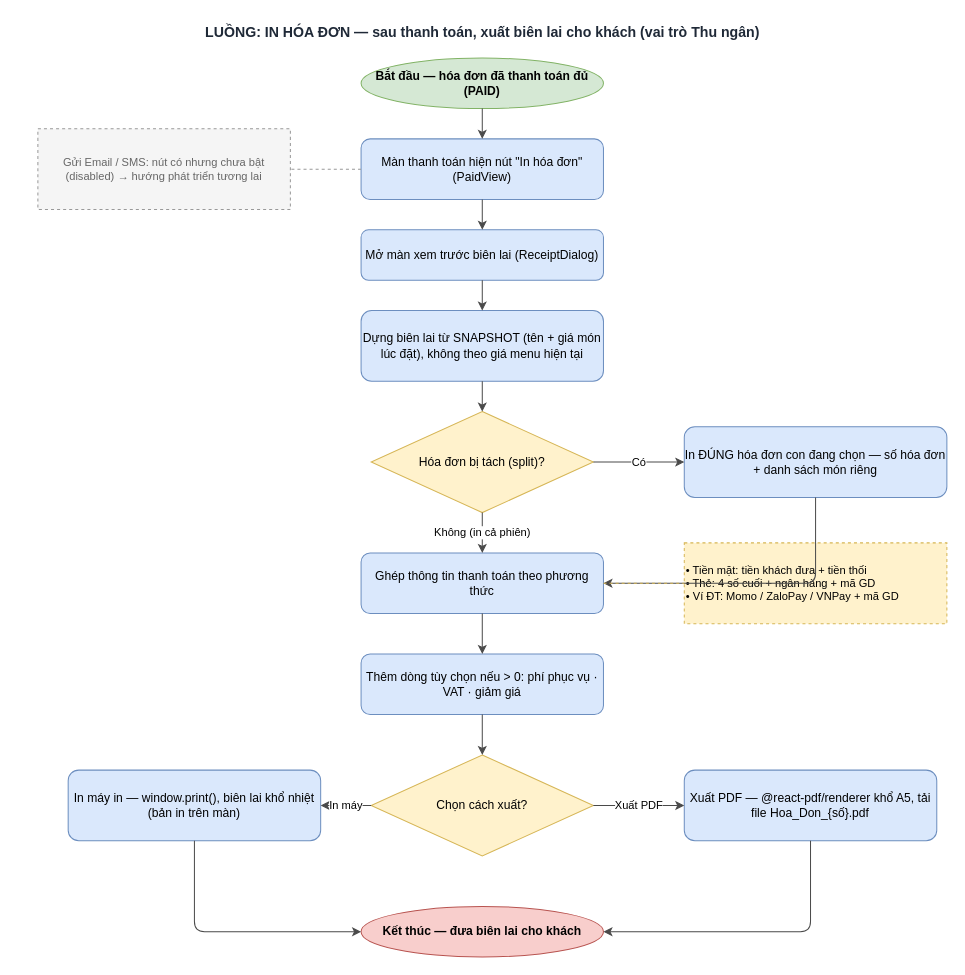
The draw.io diagram docs/diagrams/luong-in-hoa-don.drawio in thanhhoa3514/restaurant-management, before the edit. Source tidied: cells renumbered, new cells numbered last; positions are measured from the earlier drawing's top-left corner, leaving out a move shared by most shapes. Both pictures are drawn from the tidied source at 101%, with x=0, y=0 at pixel (17, 17).
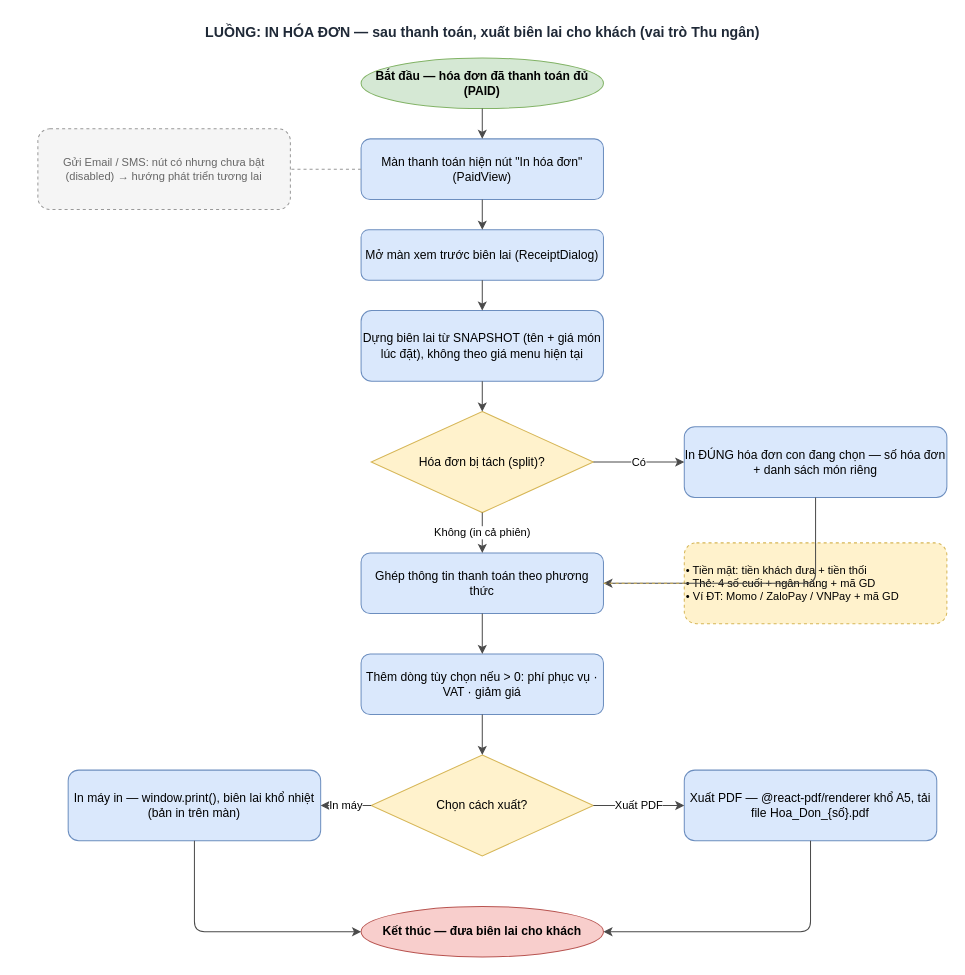
The same page after the edit.

Change to the diagram source:
```diff
@@
-    <mxCell id="10" value="• Tiền mặt: tiền khách đưa + tiền thối&#10;• Thẻ: 4 số cuối + ngân hàng + mã GD&#10;• Ví ĐT: Momo / ZaloPay / VNPay + mã GD" style="rounded=0;whiteSpace=wrap;html=1;dashed=1;align=left;fillColor=#FFF2CC;strokeColor=#D6B656;fontSize=11;" parent="1" vertex="1">
+    <mxCell id="10" value="• Tiền mặt: tiền khách đưa + tiền thối&#10;• Thẻ: 4 số cuối + ngân hàng + mã GD&#10;• Ví ĐT: Momo / ZaloPay / VNPay + mã GD" style="rounded=1;whiteSpace=wrap;html=1;dashed=1;align=left;fillColor=#FFF2CC;strokeColor=#D6B656;fontSize=11;" parent="1" vertex="1">
       <mxGeometry x="660" y="520" width="260" height="80" as="geometry" />
     </mxCell>
@@
-    <mxCell id="16" value="Gửi Email / SMS: nút có nhưng chưa bật (disabled) → hướng phát triển tương lai" style="rounded=0;whiteSpace=wrap;html=1;dashed=1;fillColor=#F5F5F5;strokeColor=#999999;fontSize=11;fontColor=#666666;" parent="1" vertex="1">
+    <mxCell id="16" value="Gửi Email / SMS: nút có nhưng chưa bật (disabled) → hướng phát triển tương lai" style="rounded=1;whiteSpace=wrap;html=1;dashed=1;fillColor=#F5F5F5;strokeColor=#999999;fontSize=11;fontColor=#666666;" parent="1" vertex="1">
       <mxGeometry x="20" y="110" width="250" height="80" as="geometry" />
     </mxCell>
```
